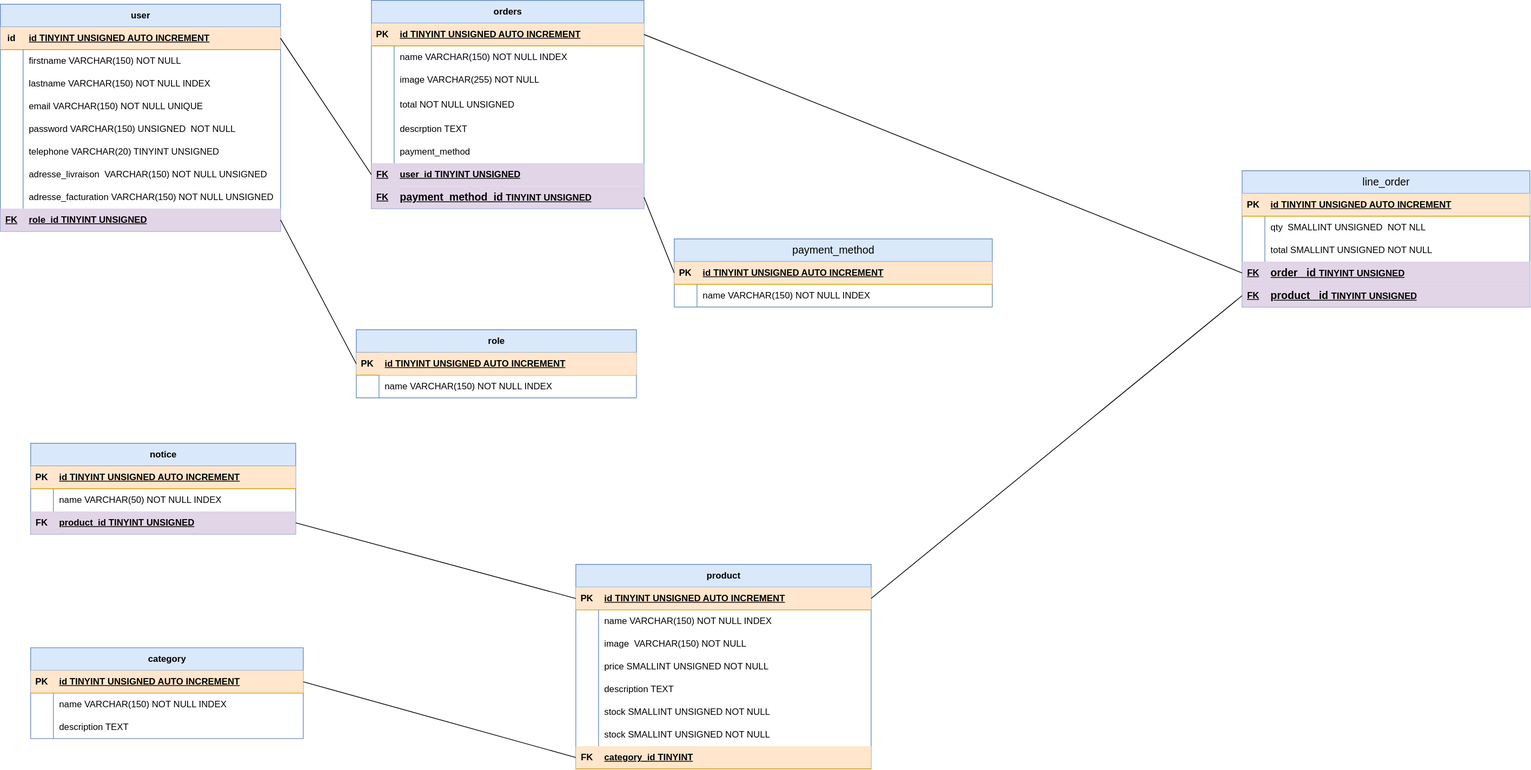
The draw.io diagram code/merise/project/MPD.drawio.svg in AwadRoubahAhmed/eMateriel, before a commit. Source tidied: cells renumbered, new cells last; positions are measured from the earlier drawing's top-left corner, leaving out a move shared by most shapes.
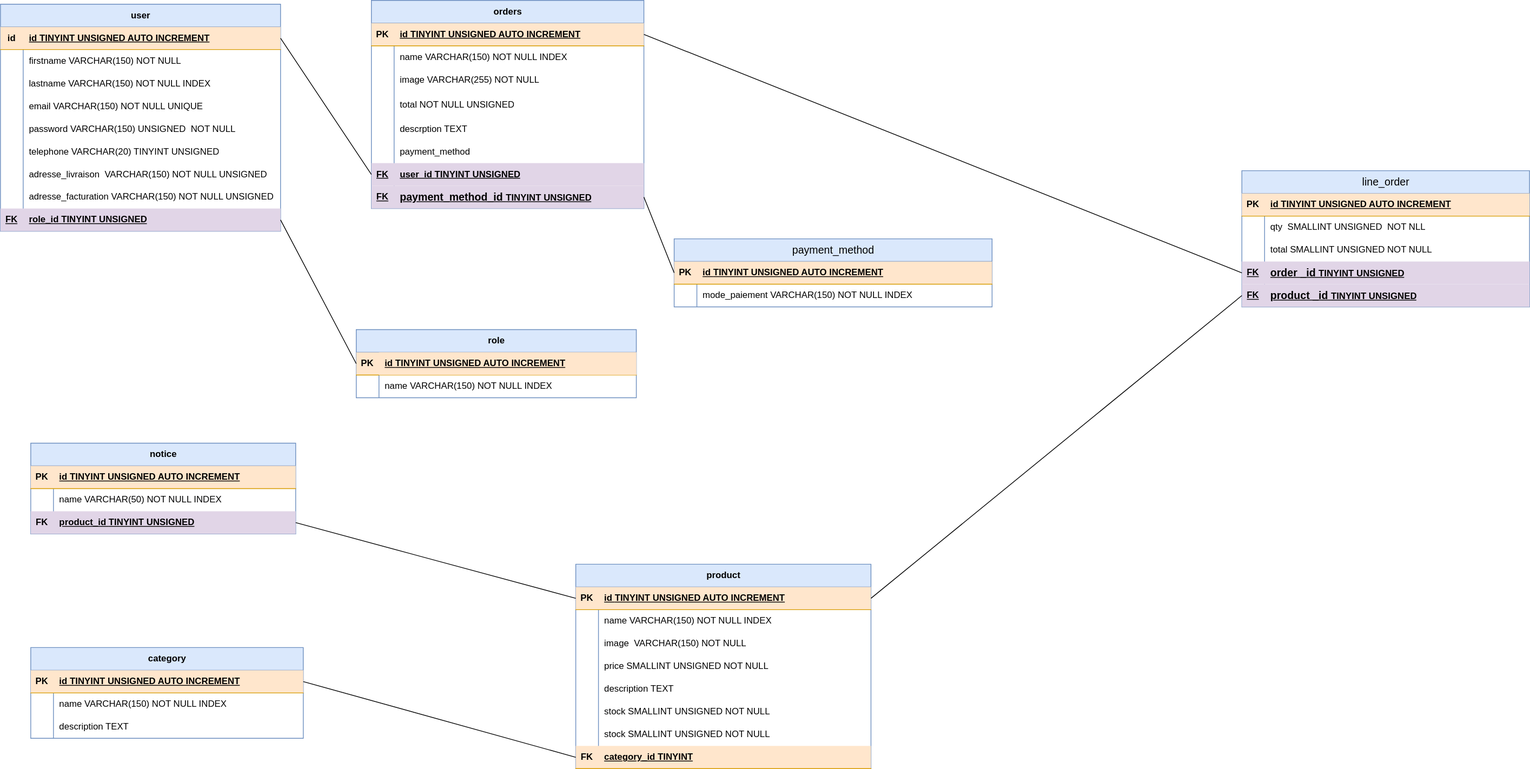
The same file after the commit.

Change to the diagram source:
```diff
@@ -203,7 +203,7 @@
     <mxCell id="68" style="shape=partialRectangle;fillColor=none;top=0;left=0;bottom=0;right=0;overflow=hidden;whiteSpace=wrap;html=1;" parent="67" vertex="1">
       <mxGeometry width="30" height="30" as="geometry" />
     </mxCell>
-    <mxCell id="69" value="name&amp;nbsp;&lt;span style=&quot;color: rgb(0, 0, 0);&quot;&gt;VARCHAR(150) NOT NULL INDEX&lt;/span&gt;" style="shape=partialRectangle;fillColor=none;top=0;left=0;bottom=0;right=0;align=left;spacingLeft=6;overflow=hidden;whiteSpace=wrap;html=1;" parent="67" vertex="1">
+    <mxCell id="69" value="&lt;span style=&quot;color: rgb(0, 0, 0);&quot;&gt;mode_paiement&lt;/span&gt;&amp;nbsp;&lt;span style=&quot;color: rgb(0, 0, 0);&quot;&gt;VARCHAR(150) NOT NULL INDEX&lt;/span&gt;" style="shape=partialRectangle;fillColor=none;top=0;left=0;bottom=0;right=0;align=left;spacingLeft=6;overflow=hidden;whiteSpace=wrap;html=1;" parent="67" vertex="1">
       <mxGeometry x="30" width="390" height="30" as="geometry" />
     </mxCell>
     <mxCell id="70" style="endArrow=none;html=1;rounded=0;entryX=0;entryY=0.5;entryDx=0;entryDy=0;exitX=1;exitY=0.5;exitDx=0;exitDy=0;" parent="1" edge="1" source="60" target="64">
```
